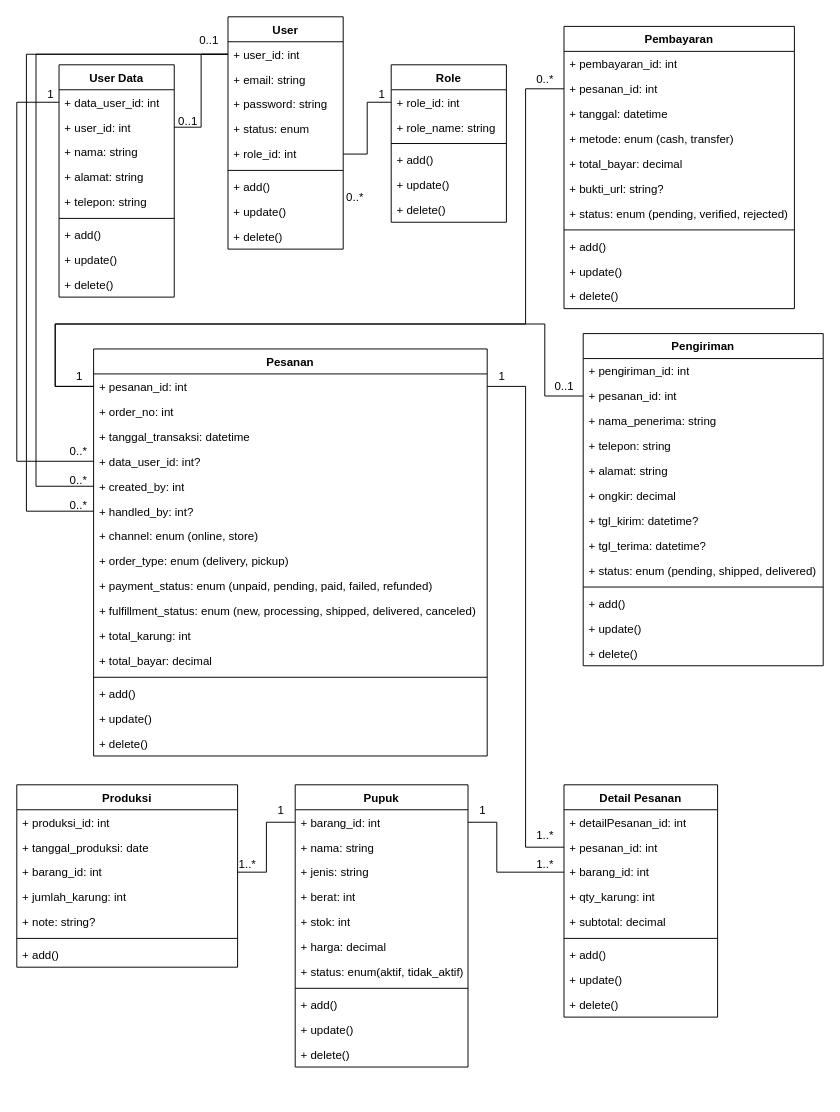
Earlier version of the draw.io diagram page "Class Diagram" (2 of 6) of public/Rancangan Sistem/Agro Lestarindo.drawio (muhammadega21/e-pupuk). Source tidied: cells renumbered, new cells numbered last; positions are measured from the earlier drawing's top-left corner, leaving out a move shared by most shapes. Both pictures are drawn from the tidied source at 96%, with x=0, y=0 at pixel (16, 16).
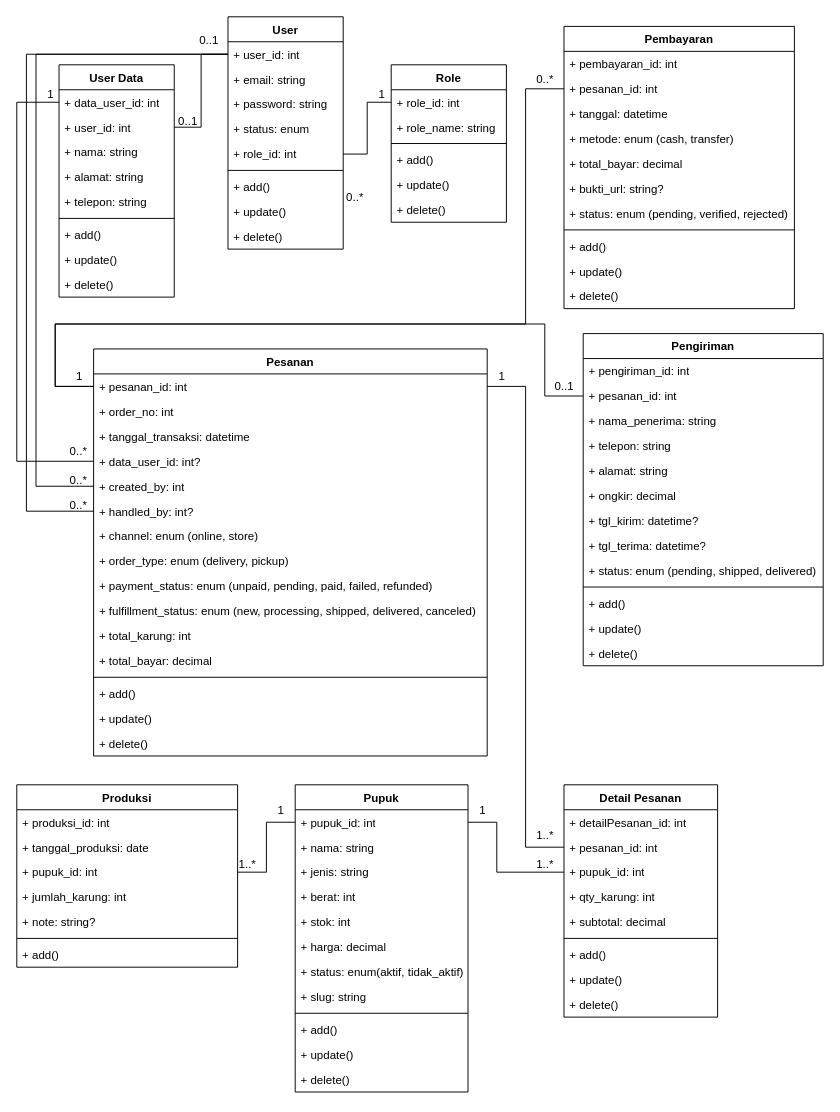
After the change.

The change refers to these unchanged cells:
```xml
<mxCell id="19" value="Produksi" style="swimlane;fontStyle=1;align=center;verticalAlign=top;horizontal=1;startSize=26;whiteSpace=wrap;html=1;" parent="1" vertex="1">
  <mxGeometry y="800" width="230" height="190" as="geometry" />
</mxCell>
<mxCell id="27" value="Detail Pesanan" style="swimlane;fontStyle=1;align=center;verticalAlign=top;horizontal=1;startSize=26;whiteSpace=wrap;html=1;" parent="1" vertex="1">
  <mxGeometry x="570" y="800" width="160" height="242" as="geometry" />
</mxCell>
```

Change to the diagram source:
```diff
@@
-    <mxCell id="22" value="+ barang_id: int" style="text;strokeColor=none;fillColor=none;align=left;verticalAlign=top;spacingLeft=4;spacingRight=4;overflow=hidden;points=[[0,0.5],[1,0.5]];portConstraint=eastwest;whiteSpace=wrap;html=1;" parent="19" vertex="1">
+    <mxCell id="22" value="+ pupuk_id: int" style="text;strokeColor=none;fillColor=none;align=left;verticalAlign=top;spacingLeft=4;spacingRight=4;overflow=hidden;points=[[0,0.5],[1,0.5]];portConstraint=eastwest;whiteSpace=wrap;html=1;" parent="19" vertex="1">
       <mxGeometry y="78" width="230" height="26" as="geometry" />
     </mxCell>
@@
-    <mxCell id="30" value="+ barang_id: int" style="text;strokeColor=none;fillColor=none;align=left;verticalAlign=top;spacingLeft=4;spacingRight=4;overflow=hidden;points=[[0,0.5],[1,0.5]];portConstraint=eastwest;whiteSpace=wrap;html=1;" parent="27" vertex="1">
+    <mxCell id="30" value="+ pupuk_id: int" style="text;strokeColor=none;fillColor=none;align=left;verticalAlign=top;spacingLeft=4;spacingRight=4;overflow=hidden;points=[[0,0.5],[1,0.5]];portConstraint=eastwest;whiteSpace=wrap;html=1;" parent="27" vertex="1">
       <mxGeometry y="78" width="160" height="26" as="geometry" />
     </mxCell>
@@
     <mxCell id="47" value="Pupuk" style="swimlane;fontStyle=1;align=center;verticalAlign=top;horizontal=1;startSize=26;whiteSpace=wrap;html=1;" parent="1" vertex="1">
-      <mxGeometry x="290" y="800" width="180" height="294" as="geometry" />
+      <mxGeometry x="290" y="800" width="180" height="320" as="geometry" />
     </mxCell>
-    <mxCell id="48" value="+ barang_id: int" style="text;strokeColor=none;fillColor=none;align=left;verticalAlign=top;spacingLeft=4;spacingRight=4;overflow=hidden;points=[[0,0.5],[1,0.5]];portConstraint=eastwest;whiteSpace=wrap;html=1;" parent="47" vertex="1">
+    <mxCell id="48" value="+ pupuk_id: int" style="text;strokeColor=none;fillColor=none;align=left;verticalAlign=top;spacingLeft=4;spacingRight=4;overflow=hidden;points=[[0,0.5],[1,0.5]];portConstraint=eastwest;whiteSpace=wrap;html=1;" parent="47" vertex="1">
       <mxGeometry y="26" width="180" height="26" as="geometry" />
     </mxCell>
@@
+    <mxCell id="129" value="+ slug: string" style="text;strokeColor=none;fillColor=none;align=left;verticalAlign=top;spacingLeft=4;spacingRight=4;overflow=hidden;whiteSpace=wrap;html=1;" parent="47" vertex="1">
+      <mxGeometry y="208" width="180" height="26" as="geometry" />
+    </mxCell>
     <mxCell id="55" style="line;strokeWidth=1;fillColor=none;align=left;verticalAlign=middle;spacingTop=-1;spacingLeft=3;spacingRight=3;labelPosition=right;strokeColor=inherit;" parent="47" vertex="1">
-      <mxGeometry y="208" width="180" height="8" as="geometry" />
+      <mxGeometry y="234" width="180" height="8" as="geometry" />
     </mxCell>
     <mxCell id="56" value="+ add()" style="text;strokeColor=none;fillColor=none;align=left;verticalAlign=top;spacingLeft=4;spacingRight=4;overflow=hidden;whiteSpace=wrap;html=1;" parent="47" vertex="1">
-      <mxGeometry y="216" width="180" height="26" as="geometry" />
+      <mxGeometry y="242" width="180" height="26" as="geometry" />
     </mxCell>
     <mxCell id="57" value="+ update()" style="text;strokeColor=none;fillColor=none;align=left;verticalAlign=top;spacingLeft=4;spacingRight=4;overflow=hidden;whiteSpace=wrap;html=1;" parent="47" vertex="1">
-      <mxGeometry y="242" width="180" height="26" as="geometry" />
+      <mxGeometry y="268" width="180" height="26" as="geometry" />
     </mxCell>
     <mxCell id="58" value="+ delete()" style="text;strokeColor=none;fillColor=none;align=left;verticalAlign=top;spacingLeft=4;spacingRight=4;overflow=hidden;whiteSpace=wrap;html=1;" parent="47" vertex="1">
-      <mxGeometry y="268" width="180" height="26" as="geometry" />
+      <mxGeometry y="294" width="180" height="26" as="geometry" />
     </mxCell>
```
